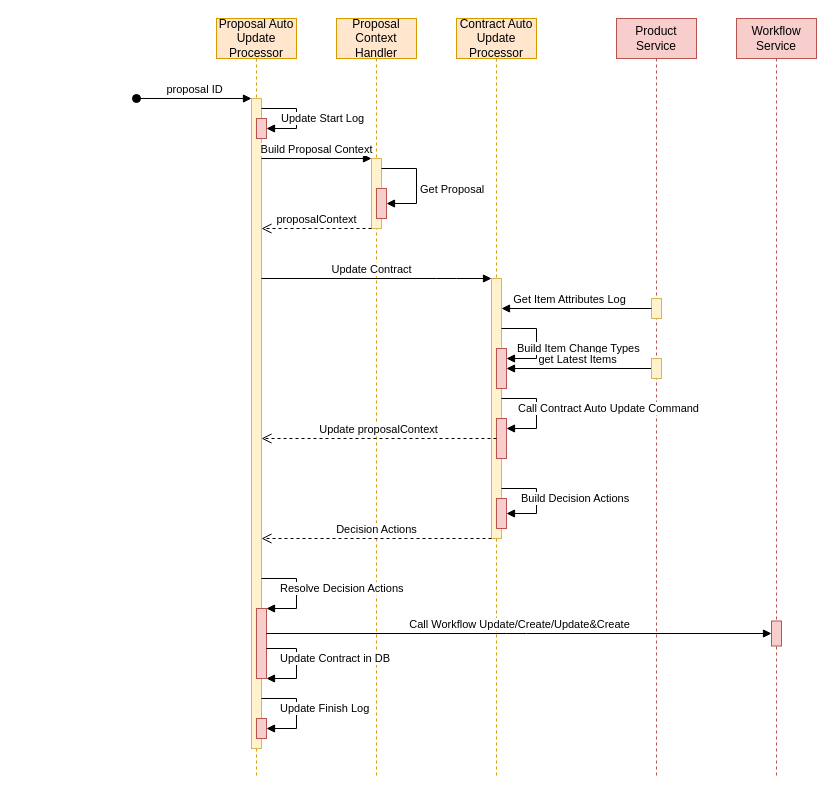
The draw.io diagram Proposal Update Entry Sequence Diagram.drawio in dajin-kingland/UMLdiagrams, before the edit. Source tidied: cells renumbered, new cells numbered last; positions are measured from the earlier drawing's top-left corner, leaving out a move shared by most shapes. Both pictures are drawn from the tidied source at 100%, with x=0, y=0 at pixel (136, 18).
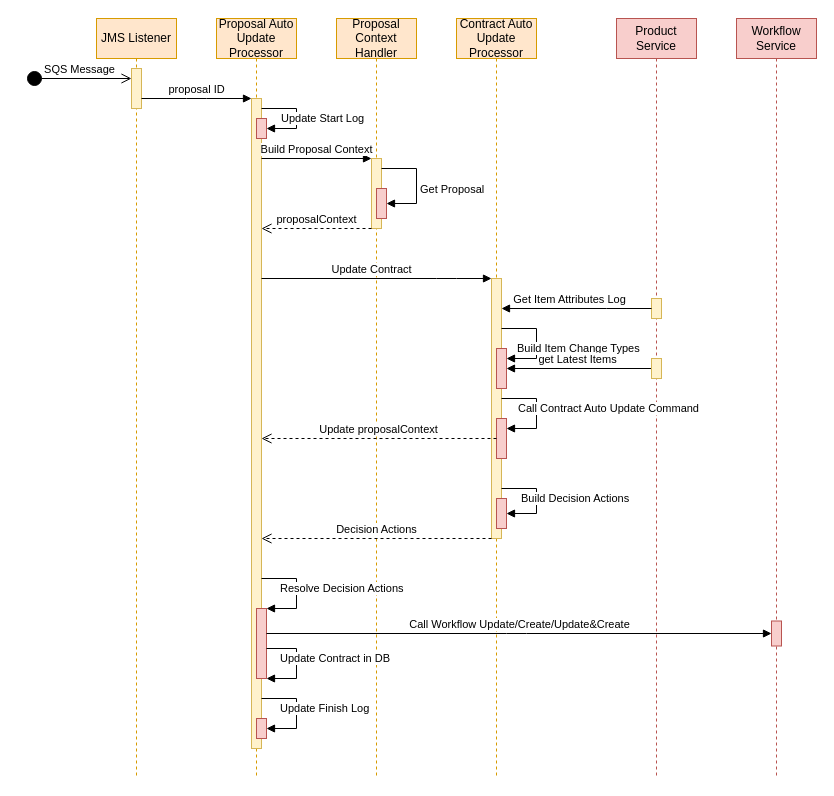
The same diagram, later.

Unchanged cells that the change refers to:
```xml
<mxCell id="2" value="&lt;font style=&quot;font-size: 12px&quot;&gt;Proposal Auto Update Processor&lt;/font&gt;" style="shape=umlLifeline;perimeter=lifelinePerimeter;whiteSpace=wrap;html=1;fillColor=#ffe6cc;strokeColor=#d79b00;" parent="1" vertex="1">
  <mxGeometry x="80" width="80" height="760" as="geometry" />
</mxCell>
<mxCell id="3" style="html=1;points=[];perimeter=orthogonalPerimeter;fillColor=#fff2cc;strokeColor=#d6b656;" parent="2" vertex="1">
  <mxGeometry x="35" y="80" width="10" height="650" as="geometry" />
</mxCell>
```

Diff of the diagram source:
```diff
@@
-    <mxCell id="4" value="proposal ID" style="html=1;verticalAlign=bottom;startArrow=oval;endArrow=block;startSize=8;" parent="2" edge="1" target="3">
-      <mxGeometry relative="1" as="geometry">
-        <mxPoint x="-80" y="80" as="sourcePoint" />
-      </mxGeometry>
-    </mxCell>
@@
+    <mxCell id="40" value="&lt;font style=&quot;font-size: 12px&quot;&gt;JMS Listener&lt;/font&gt;" style="shape=umlLifeline;perimeter=lifelinePerimeter;whiteSpace=wrap;html=1;fillColor=#ffe6cc;strokeColor=#d79b00;" parent="1" vertex="1">
+      <mxGeometry x="-40" width="80" height="760" as="geometry" />
+    </mxCell>
+    <mxCell id="41" style="html=1;points=[];perimeter=orthogonalPerimeter;fillColor=#fff2cc;strokeColor=#d6b656;" parent="1" vertex="1">
+      <mxGeometry x="-5" y="50" width="10" height="40" as="geometry" />
+    </mxCell>
+    <mxCell id="4" value="proposal ID" style="html=1;verticalAlign=bottom;startArrow=none;endArrow=block;startSize=8;startFill=0;" parent="1" edge="1" source="41" target="3">
+      <mxGeometry relative="1" as="geometry">
+        <Array as="points">
+          <mxPoint x="60" y="80" />
+        </Array>
+      </mxGeometry>
+    </mxCell>
+    <mxCell id="42" value="SQS Message" style="html=1;verticalAlign=bottom;startArrow=circle;startFill=1;endArrow=open;startSize=6;endSize=8;" parent="1" edge="1" target="41">
+      <mxGeometry relative="1" as="geometry">
+        <mxPoint x="-110" y="60" as="sourcePoint" />
+      </mxGeometry>
+    </mxCell>
```
